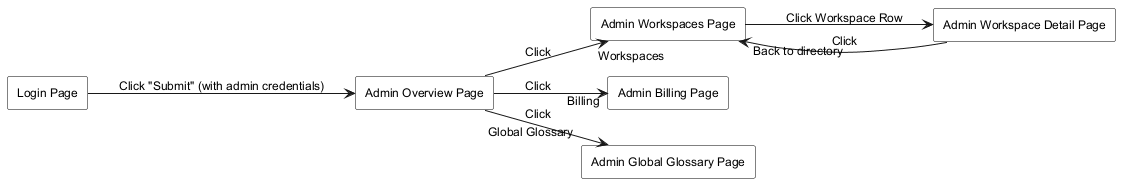
Before: .agents/resources/screen flow/07-system-administrator-screen-flow.png, a diagram exported from PlantUML (WarpTalk-CapstoneProject/warptalk-backend). Its diagram source:
```plantuml
@startuml
skinparam monochrome true
skinparam shadowing false
skinparam defaultFontName Arial
skinparam defaultFontSize 12
skinparam rectangle {
  BackgroundColor white
  BorderColor black
}
left to right direction

rectangle "Login Page" as LoginPage
rectangle "Admin Overview Page" as AdminOverviewPage
rectangle "Admin Workspaces Page" as AdminWorkspacesPage
rectangle "Admin Workspace Detail Page" as AdminWorkspaceDetailPage
rectangle "Admin Billing Page" as AdminBillingPage
rectangle "Admin Global Glossary Page" as AdminGlobalGlossaryPage

LoginPage --> AdminOverviewPage : Click "Submit" (with admin credentials)
AdminOverviewPage --> AdminWorkspacesPage : Click "Workspaces"
AdminOverviewPage --> AdminBillingPage : Click "Billing"
AdminOverviewPage --> AdminGlobalGlossaryPage : Click "Global Glossary"

AdminWorkspacesPage --> AdminWorkspaceDetailPage : Click Workspace Row
AdminWorkspaceDetailPage --> AdminWorkspacesPage : Click "Back to directory"

@enduml
```
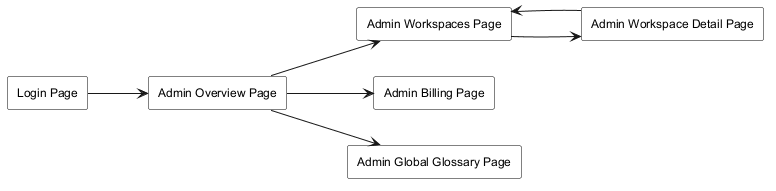
The same diagram one commit later.

The edit, as a diff of the source:
```diff
@@ -16,12 +16,12 @@
 rectangle "Admin Billing Page" as AdminBillingPage
 rectangle "Admin Global Glossary Page" as AdminGlobalGlossaryPage
 
-LoginPage --> AdminOverviewPage : Click "Submit" (with admin credentials)
-AdminOverviewPage --> AdminWorkspacesPage : Click "Workspaces"
-AdminOverviewPage --> AdminBillingPage : Click "Billing"
-AdminOverviewPage --> AdminGlobalGlossaryPage : Click "Global Glossary"
+LoginPage --> AdminOverviewPage
+AdminOverviewPage --> AdminWorkspacesPage
+AdminOverviewPage --> AdminBillingPage
+AdminOverviewPage --> AdminGlobalGlossaryPage
 
-AdminWorkspacesPage --> AdminWorkspaceDetailPage : Click Workspace Row
-AdminWorkspaceDetailPage --> AdminWorkspacesPage : Click "Back to directory"
+AdminWorkspacesPage --> AdminWorkspaceDetailPage
+AdminWorkspaceDetailPage --> AdminWorkspacesPage
 
 @enduml
```
